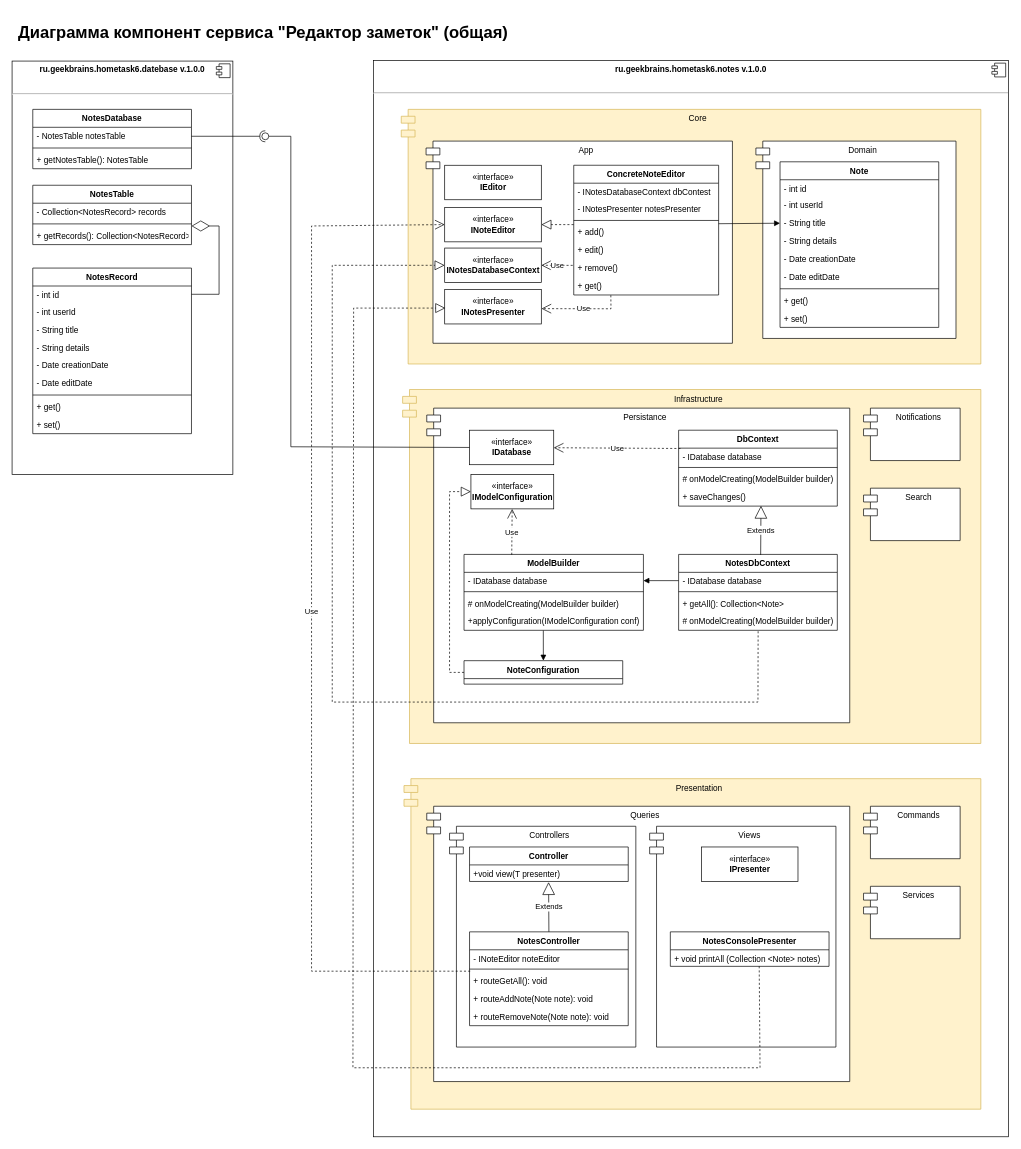
ArtVDudkin/Architecture keeps this draw.io diagram as Hometask_6/UML_diagram.drawio. Above is the earlier version. Source tidied: cells renumbered, new cells numbered last; positions are measured from the earlier drawing's top-left corner, leaving out a move shared by most shapes. Both pictures are drawn from the tidied source at 69%, with x=0, y=0 at pixel (12, 19).
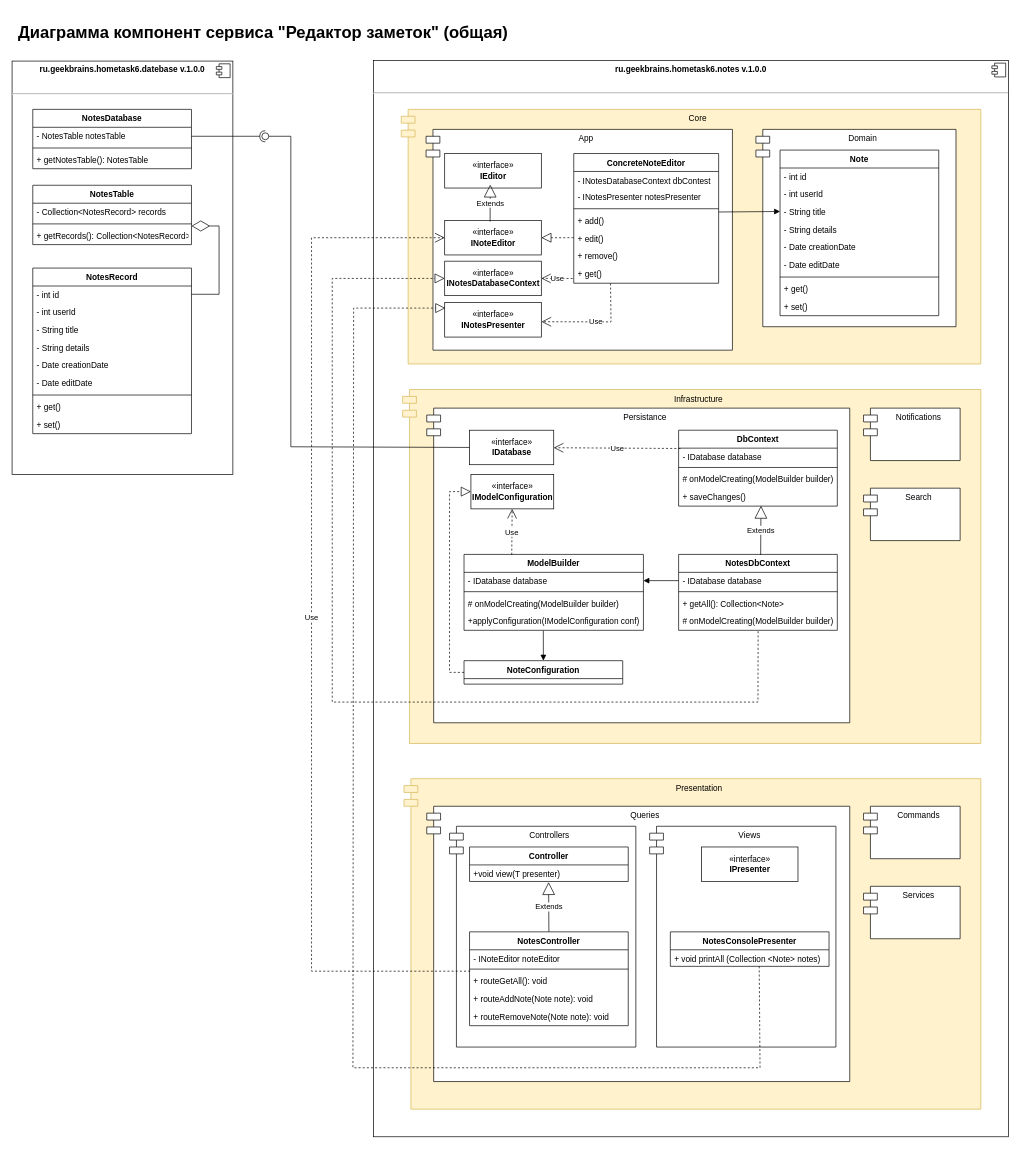
Above is the later version.

Commit message (it also covers changes not shown here):
UML diagram edited

The change refers to these unchanged cells:
```xml
<mxCell id="52" value="+ remove()" style="text;strokeColor=none;fillColor=none;align=left;verticalAlign=top;spacingLeft=4;spacingRight=4;overflow=hidden;points=[[0,0.5],[1,0.5]];portConstraint=eastwest;" parent="46" vertex="1">
  <mxGeometry y="136" width="210" height="26" as="geometry" />
</mxCell>
<mxCell id="53" value="+ get()" style="text;strokeColor=none;fillColor=none;align=left;verticalAlign=top;spacingLeft=4;spacingRight=4;overflow=hidden;points=[[0,0.5],[1,0.5]];portConstraint=eastwest;" parent="46" vertex="1">
  <mxGeometry y="162" width="210" height="26" as="geometry" />
</mxCell>
<mxCell id="78" value="# onModelCreating(ModelBuilder builder)" style="text;strokeColor=none;fillColor=none;align=left;verticalAlign=top;spacingLeft=4;spacingRight=4;overflow=hidden;points=[[0,0.5],[1,0.5]];portConstraint=eastwest;" parent="74" vertex="1">
  <mxGeometry y="84" width="230" height="26" as="geometry" />
</mxCell>
<mxCell id="97" value="+ routeGetAll(): void" style="text;strokeColor=none;fillColor=none;align=left;verticalAlign=top;spacingLeft=4;spacingRight=4;overflow=hidden;points=[[0,0.5],[1,0.5]];portConstraint=eastwest;" parent="94" vertex="1">
  <mxGeometry y="58" width="230" height="26" as="geometry" />
</mxCell>
```

Diff of the diagram source:
```diff
@@
     <mxCell id="30" value="App" style="shape=module;align=left;spacingLeft=20;align=center;verticalAlign=top;" parent="1" vertex="1">
-      <mxGeometry x="600" y="177" width="444" height="293" as="geometry" />
+      <mxGeometry x="600" y="160" width="444" height="320" as="geometry" />
     </mxCell>
     <mxCell id="31" value="Domain" style="shape=module;align=left;spacingLeft=20;align=center;verticalAlign=top;" parent="1" vertex="1">
-      <mxGeometry x="1078" y="177" width="290" height="286" as="geometry" />
+      <mxGeometry x="1078" y="160" width="290" height="286" as="geometry" />
     </mxCell>
     <mxCell id="32" value="Note" style="swimlane;fontStyle=1;align=center;verticalAlign=top;horizontal=1;startSize=26;" parent="1" vertex="1">
-      <mxGeometry x="1113" y="207" width="230" height="240" as="geometry" />
+      <mxGeometry x="1113" y="190" width="230" height="240" as="geometry" />
     </mxCell>
@@
     <mxCell id="42" value="«interface»&lt;br&gt;&lt;b&gt;IEditor&lt;/b&gt;" style="html=1;" parent="1" vertex="1">
-      <mxGeometry x="627" y="212" width="140" height="50" as="geometry" />
+      <mxGeometry x="627" y="195" width="140" height="50" as="geometry" />
     </mxCell>
     <mxCell id="43" value="«interface»&lt;br&gt;&lt;b&gt;INoteEditor&lt;br&gt;&lt;/b&gt;" style="html=1;" parent="1" vertex="1">
-      <mxGeometry x="627" y="273" width="140" height="50" as="geometry" />
+      <mxGeometry x="627" y="292" width="140" height="50" as="geometry" />
     </mxCell>
     <mxCell id="44" value="«interface»&lt;br&gt;&lt;b&gt;INotesDatabaseContext&lt;br&gt;&lt;/b&gt;" style="html=1;" parent="1" vertex="1">
-      <mxGeometry x="627" y="332" width="140" height="50" as="geometry" />
+      <mxGeometry x="627" y="351" width="140" height="50" as="geometry" />
     </mxCell>
     <mxCell id="45" value="«interface»&lt;br&gt;&lt;b&gt;INotesPresenter&lt;br&gt;&lt;/b&gt;" style="html=1;" parent="1" vertex="1">
-      <mxGeometry x="627" y="392" width="140" height="50" as="geometry" />
+      <mxGeometry x="627" y="411" width="140" height="50" as="geometry" />
     </mxCell>
     <mxCell id="46" value="ConcreteNoteEditor" style="swimlane;fontStyle=1;align=center;verticalAlign=top;horizontal=1;startSize=26;" parent="1" vertex="1">
-      <mxGeometry x="814" y="212" width="210" height="188" as="geometry" />
+      <mxGeometry x="814" y="195" width="210" height="188" as="geometry" />
     </mxCell>
@@
     <mxCell id="54" style="endArrow=block;dashed=1;endFill=0;endSize=12;html=1;rounded=0;exitX=-0.001;exitY=0.383;exitDx=0;exitDy=0;exitPerimeter=0;" parent="1" edge="1" target="43">
       <mxGeometry relative="1" as="geometry">
-        <mxPoint x="813.8" y="298" as="sourcePoint" />
+        <mxPoint x="813.8" y="317" as="sourcePoint" />
       </mxGeometry>
     </mxCell>
-    <mxCell id="55" value="Use" style="endArrow=open;endSize=12;dashed=1;html=1;rounded=0;exitX=-0.007;exitY=0.35;exitDx=0;exitDy=0;entryX=1;entryY=0.5;entryDx=0;entryDy=0;exitPerimeter=0;" parent="1" edge="1" source="52" target="44">
-      <mxGeometry relative="1" as="geometry" />
+    <mxCell id="55" value="Use" style="endArrow=open;endSize=12;dashed=1;html=1;rounded=0;exitX=-0.007;exitY=0.35;exitDx=0;exitDy=0;entryX=1;entryY=0.5;entryDx=0;entryDy=0;exitPerimeter=0;" parent="1" edge="1" target="44">
+      <mxGeometry relative="1" as="geometry">
+        <mxPoint x="812.5" y="376.1" as="sourcePoint" />
+      </mxGeometry>
     </mxCell>
@@
-    <mxCell id="57" value="Use" style="endArrow=open;endSize=12;dashed=1;html=1;rounded=0;exitX=0.256;exitY=1.017;exitDx=0;exitDy=0;entryX=1.002;entryY=0.556;entryDx=0;entryDy=0;exitPerimeter=0;entryPerimeter=0;" parent="1" edge="1" source="53" target="45">
+    <mxCell id="57" value="Use" style="endArrow=open;endSize=12;dashed=1;html=1;rounded=0;exitX=0.254;exitY=1.009;exitDx=0;exitDy=0;entryX=1.002;entryY=0.556;entryDx=0;entryDy=0;entryPerimeter=0;exitPerimeter=0;" parent="1" edge="1" source="53" target="45">
       <mxGeometry relative="1" as="geometry">
         <Array as="points">
-          <mxPoint x="868" y="420" />
+          <mxPoint x="868" y="439" />
         </Array>
       </mxGeometry>
     </mxCell>
@@
     <mxCell id="80" style="endArrow=block;dashed=1;endFill=0;endSize=12;html=1;rounded=0;exitX=0.501;exitY=1.052;exitDx=0;exitDy=0;exitPerimeter=0;entryX=0;entryY=0.5;entryDx=0;entryDy=0;" parent="1" edge="1" source="78" target="44">
       <mxGeometry relative="1" as="geometry">
         <Array as="points">
           <mxPoint x="1081" y="990" />
           <mxPoint x="464" y="990" />
-          <mxPoint x="464" y="357" />
+          <mxPoint x="464" y="376" />
         </Array>
       </mxGeometry>
     </mxCell>
@@
     <mxCell id="101" value="Use" style="endArrow=open;endSize=12;dashed=1;html=1;rounded=0;exitX=0.004;exitY=-0.038;exitDx=0;exitDy=0;exitPerimeter=0;entryX=0;entryY=0.5;entryDx=0;entryDy=0;" parent="1" edge="1" source="97" target="43">
       <mxGeometry relative="1" as="geometry">
         <Array as="points">
           <mxPoint x="434" y="1380" />
-          <mxPoint x="434" y="300" />
+          <mxPoint x="434" y="317" />
         </Array>
       </mxGeometry>
     </mxCell>
@@
+    <mxCell id="107" value="Extends" style="endArrow=block;endSize=16;endFill=0;html=1;rounded=0;exitX=0.47;exitY=0.033;exitDx=0;exitDy=0;exitPerimeter=0;" parent="1" edge="1" source="43">
+      <mxGeometry relative="1" as="geometry">
+        <mxPoint x="693" y="240" as="targetPoint" />
+      </mxGeometry>
+    </mxCell>
```
